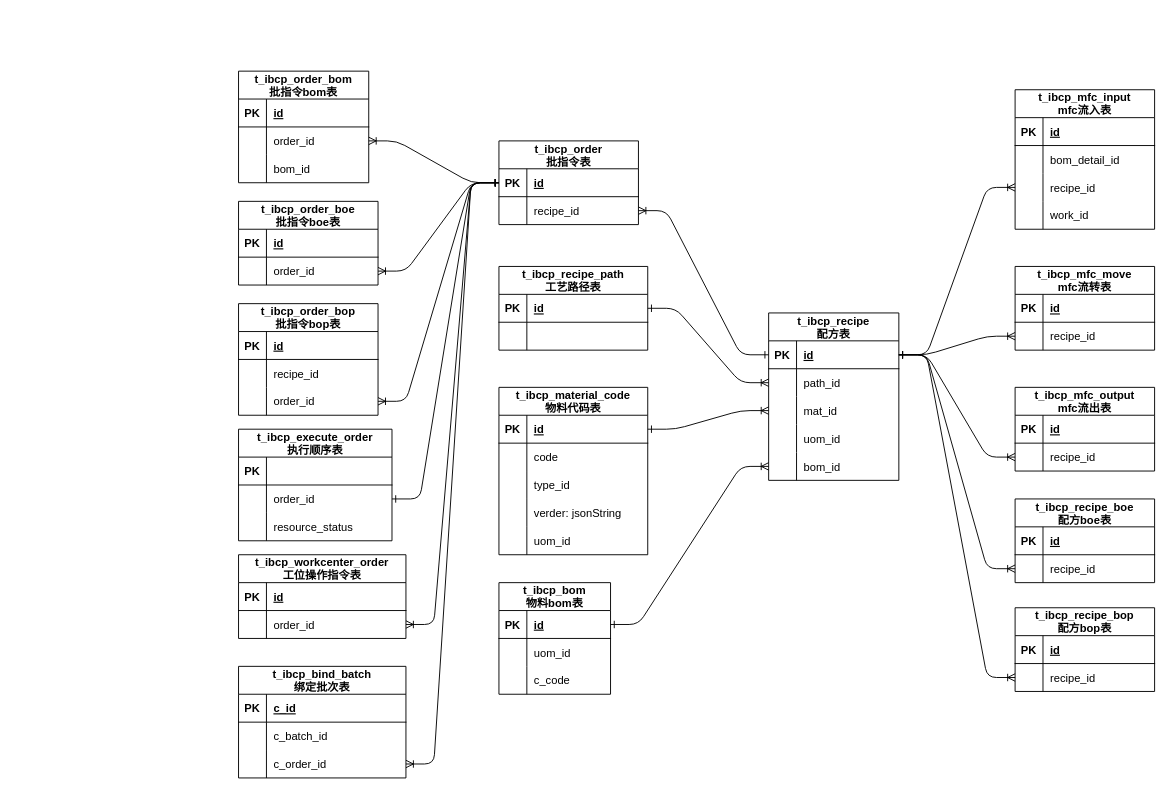
Above: page "配方,MFC配置,批指令" (3 of 9) of mes/db.drawio in FreshCabbage666/drawio (draw.io), before the change. Source tidied: cells renumbered, new cells numbered last; positions are measured from the earlier drawing's top-left corner, leaving out a move shared by most shapes. Both pictures are drawn from the tidied source at 93%, with x=0, y=0 at pixel (103, 71).
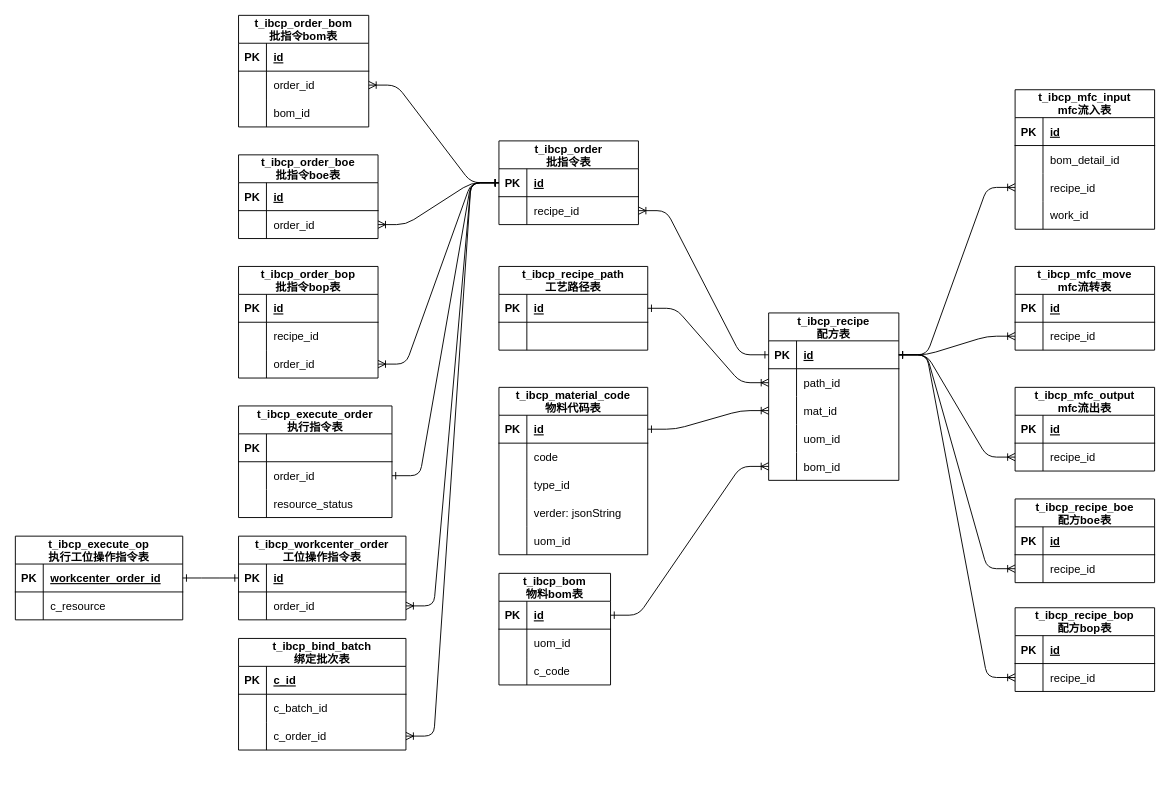
After the change.

The change refers to these unchanged cells:
```xml
<mxCell id="150" style="shape=partialRectangle;fillColor=none;points=[[0,0.5],[1,0.5]];portConstraint=eastwest;top=0;left=0;right=0;bottom=1;" parent="149" vertex="1">
  <mxGeometry y="30" width="180" height="30" as="geometry" />
</mxCell>
```

Diff of the diagram source:
```diff
@@
     <mxCell id="26" value="t_ibcp_order_bom&#10;批指令bom表" style="shape=table;startSize=30;childLayout=tableLayout;rowLines=0;fontStyle=1;align=center;" parent="1" vertex="1">
-      <mxGeometry x="145" width="140" height="120" as="geometry" />
+      <mxGeometry x="145" y="-60" width="140" height="120" as="geometry" />
     </mxCell>
@@
-    <mxCell id="67" value="t_ibcp_execute_order&#10;执行顺序表" style="shape=table;startSize=30;childLayout=tableLayout;rowLines=0;fontStyle=1;align=center;" parent="1" vertex="1">
-      <mxGeometry x="145" y="385" width="165" height="120" as="geometry" />
+    <mxCell id="67" value="t_ibcp_execute_order&#10;执行指令表" style="shape=table;startSize=30;childLayout=tableLayout;rowLines=0;fontStyle=1;align=center;" parent="1" vertex="1">
+      <mxGeometry x="145" y="360" width="165" height="120" as="geometry" />
     </mxCell>
@@
     <mxCell id="94" value="t_ibcp_order_bop&#10;批指令bop表" style="shape=table;startSize=30;childLayout=tableLayout;rowLines=0;fontStyle=1;align=center;" parent="1" vertex="1">
-      <mxGeometry x="145" y="250" width="150" height="120" as="geometry" />
+      <mxGeometry x="145" y="210" width="150" height="120" as="geometry" />
     </mxCell>
@@
     <mxCell id="105" value="t_ibcp_order_boe&#10;批指令boe表" style="shape=table;startSize=30;childLayout=tableLayout;rowLines=0;fontStyle=1;align=center;" parent="1" vertex="1">
-      <mxGeometry x="145" y="140" width="150" height="90" as="geometry" />
+      <mxGeometry x="145" y="90" width="150" height="90" as="geometry" />
     </mxCell>
@@
     <mxCell id="137" value="t_ibcp_bom&#10;物料bom表" style="shape=table;startSize=30;childLayout=tableLayout;rowLines=0;fontStyle=1;align=center;" parent="1" vertex="1">
-      <mxGeometry x="425" y="550" width="120" height="120" as="geometry" />
+      <mxGeometry x="425" y="540" width="120" height="120" as="geometry" />
     </mxCell>
@@
     <mxCell id="149" value="t_ibcp_workcenter_order&#10;工位操作指令表" style="shape=table;startSize=30;childLayout=tableLayout;rowLines=0;fontStyle=1;align=center;" parent="1" vertex="1">
-      <mxGeometry x="145" y="520" width="180" height="90" as="geometry" />
+      <mxGeometry x="145" y="500" width="180" height="90" as="geometry" />
     </mxCell>
@@
     <mxCell id="157" value="t_ibcp_bind_batch&#10;绑定批次表" style="shape=table;startSize=30;childLayout=tableLayout;rowLines=0;fontStyle=1;align=center;" parent="1" vertex="1">
-      <mxGeometry x="145" y="640" width="180" height="120" as="geometry" />
+      <mxGeometry x="145" y="610" width="180" height="120" as="geometry" />
     </mxCell>
@@
+    <mxCell id="168" value="t_ibcp_execute_op&#10;执行工位操作指令表" style="shape=table;startSize=30;childLayout=tableLayout;rowLines=0;fontStyle=1;align=center;" parent="1" vertex="1">
+      <mxGeometry x="-95" y="500" width="180" height="90" as="geometry" />
+    </mxCell>
+    <mxCell id="169" style="shape=partialRectangle;fillColor=none;points=[[0,0.5],[1,0.5]];portConstraint=eastwest;top=0;left=0;right=0;bottom=1;" parent="168" vertex="1">
+      <mxGeometry y="30" width="180" height="30" as="geometry" />
+    </mxCell>
+    <mxCell id="170" value="PK" style="shape=partialRectangle;overflow=hidden;fillColor=none;top=0;left=0;bottom=0;right=0;fontStyle=1;" parent="169" vertex="1">
+      <mxGeometry width="30" height="30" as="geometry" />
+    </mxCell>
+    <mxCell id="171" value="workcenter_order_id" style="shape=partialRectangle;overflow=hidden;fillColor=none;top=0;left=0;bottom=0;right=0;align=left;spacingLeft=6;fontStyle=5;" parent="169" vertex="1">
+      <mxGeometry x="30" width="150" height="30" as="geometry" />
+    </mxCell>
+    <mxCell id="172" style="shape=partialRectangle;fillColor=none;top=0;left=0;right=0;bottom=0;" parent="168" vertex="1">
+      <mxGeometry y="60" width="180" height="30" as="geometry" />
+    </mxCell>
+    <mxCell id="173" style="shape=partialRectangle;overflow=hidden;fillColor=none;top=0;left=0;bottom=0;right=0;" parent="172" vertex="1">
+      <mxGeometry width="30" height="30" as="geometry" />
+    </mxCell>
+    <mxCell id="174" value="c_resource" style="shape=partialRectangle;overflow=hidden;fillColor=none;top=0;left=0;bottom=0;right=0;align=left;spacingLeft=6;" parent="172" vertex="1">
+      <mxGeometry x="30" width="150" height="30" as="geometry" />
+    </mxCell>
+    <mxCell id="175" style="edgeStyle=entityRelationEdgeStyle;endArrow=ERone;startArrow=ERone;endFill=0;startFill=0;exitX=0;exitY=0.5;exitDx=0;exitDy=0;" parent="1" edge="1" source="150" target="169">
+      <mxGeometry relative="1" as="geometry">
+        <Array as="points">
+          <mxPoint x="114" y="800" />
+          <mxPoint x="94" y="665" />
+          <mxPoint x="974" y="660" />
+        </Array>
+      </mxGeometry>
+    </mxCell>
```
